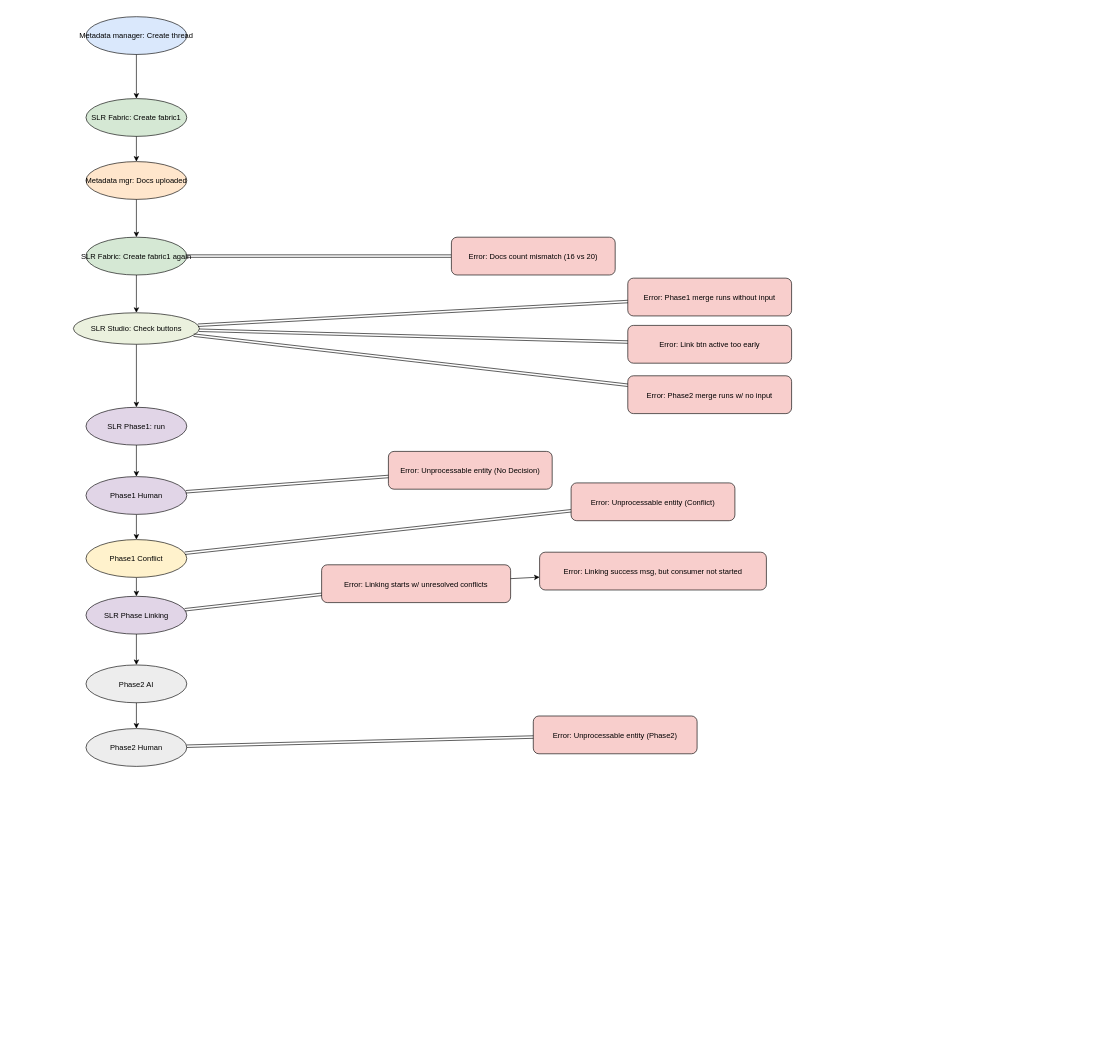
This is page "SLR Flow Errors" (1 of 2) of SLR Errors.drawio from Ruhi-wq/Diagrams, a draw.io file, before an edit. Source tidied: cells renumbered, new cells numbered last; positions are measured from the earlier drawing's top-left corner, leaving out a move shared by most shapes. Both pictures are drawn from the tidied source at 63%, with x=0, y=0 at pixel (73, 16).
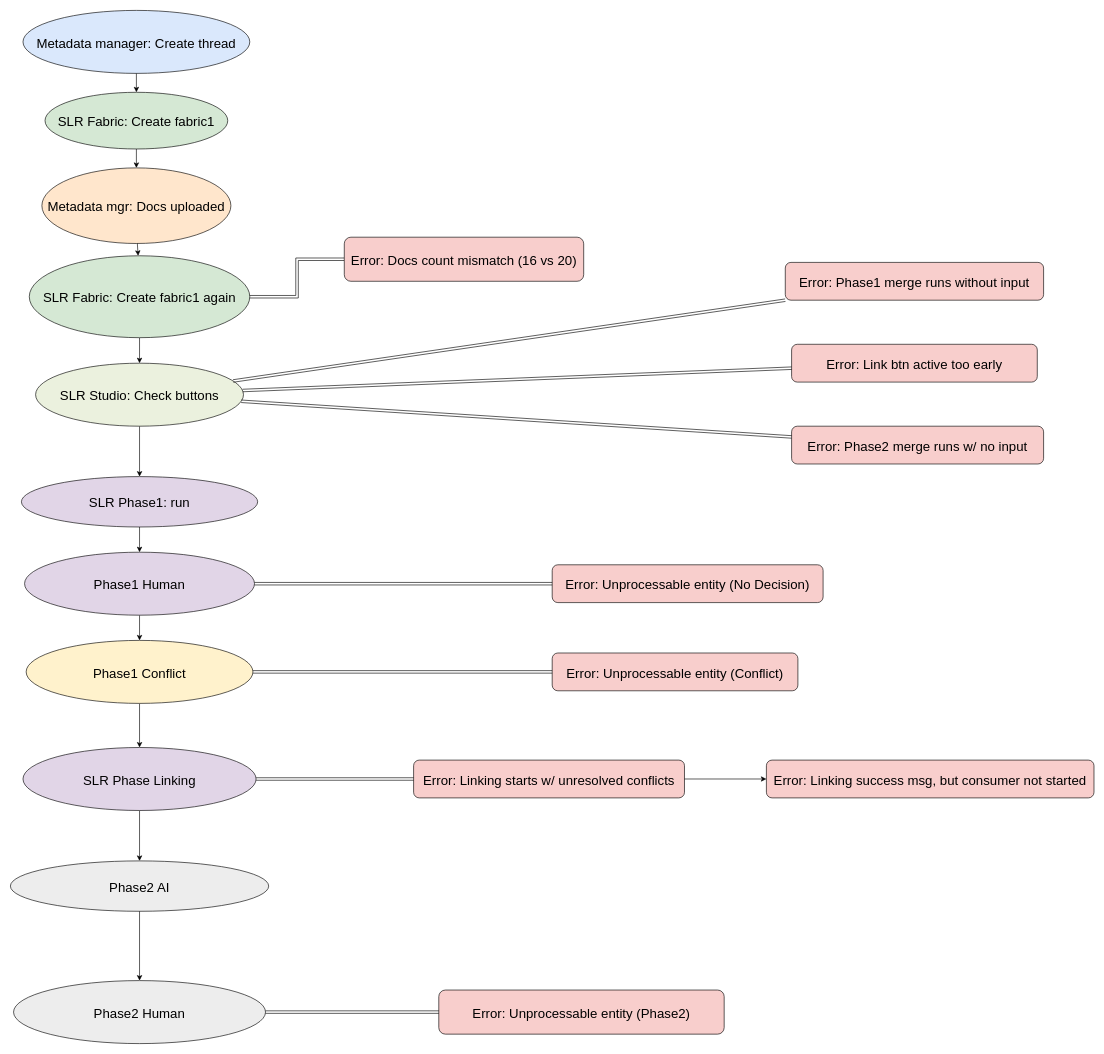
After the change.

Diff of the diagram source:
```diff
@@
-    <mxCell id="2" value="Metadata manager: Create thread" style="ellipse;fillColor=#DAE8FC;" parent="1" vertex="1">
-      <mxGeometry x="20" width="160" height="60" as="geometry" />
+    <mxCell id="2" value="Metadata manager: Create thread" style="ellipse;fillColor=#DAE8FC;fontSize=21;" parent="1" vertex="1">
+      <mxGeometry x="-80" y="-10" width="360" height="100" as="geometry" />
     </mxCell>
-    <mxCell id="3" value="SLR Fabric: Create fabric1" style="ellipse;fillColor=#D5E8D4;" parent="1" vertex="1">
-      <mxGeometry x="20" y="130" width="160" height="60" as="geometry" />
+    <mxCell id="3" value="SLR Fabric: Create fabric1" style="ellipse;fillColor=#D5E8D4;fontSize=21;" parent="1" vertex="1">
+      <mxGeometry x="-45" y="120" width="290" height="90" as="geometry" />
     </mxCell>
-    <mxCell id="4" value="Metadata mgr: Docs uploaded" style="ellipse;fillColor=#FFE6CC;" parent="1" vertex="1">
-      <mxGeometry x="20" y="230" width="160" height="60" as="geometry" />
+    <mxCell id="4" value="Metadata mgr: Docs uploaded" style="ellipse;fillColor=#FFE6CC;fontSize=21;" parent="1" vertex="1">
+      <mxGeometry x="-50" y="240" width="300" height="120" as="geometry" />
     </mxCell>
-    <mxCell id="5" style="edgeStyle=orthogonalEdgeStyle;rounded=0;jettySize=auto;html=1;" parent="1" edge="1" source="6" target="10">
+    <mxCell id="5" style="edgeStyle=orthogonalEdgeStyle;rounded=0;jettySize=auto;html=1;fontSize=21;" parent="1" edge="1" source="6" target="10">
       <mxGeometry relative="1" as="geometry" />
     </mxCell>
-    <mxCell id="6" value="SLR Fabric: Create fabric1 again" style="ellipse;fillColor=#D5E8D4;" parent="1" vertex="1">
-      <mxGeometry x="20" y="350" width="160" height="60" as="geometry" />
+    <mxCell id="6" value="SLR Fabric: Create fabric1 again" style="ellipse;fillColor=#D5E8D4;fontSize=21;" parent="1" vertex="1">
+      <mxGeometry x="-70" y="379.5" width="350" height="130" as="geometry" />
     </mxCell>
@@
-    <mxCell id="8" value="Error: Docs count mismatch (16 vs 20)" style="rounded=1;fillColor=#F8CECC;" parent="1" vertex="1">
-      <mxGeometry x="600" y="350" width="260" height="60" as="geometry" />
+    <mxCell id="8" value="Error: Docs count mismatch (16 vs 20)" style="rounded=1;fillColor=#F8CECC;fontSize=21;" parent="1" vertex="1">
+      <mxGeometry x="430" y="350" width="380" height="70" as="geometry" />
     </mxCell>
@@
-    <mxCell id="10" value="SLR Studio: Check buttons" style="ellipse;fillColor=#EBF1DE;" parent="1" vertex="1">
-      <mxGeometry y="470" width="200" height="50" as="geometry" />
+    <mxCell id="10" value="SLR Studio: Check buttons" style="ellipse;fillColor=#EBF1DE;fontSize=21;" parent="1" vertex="1">
+      <mxGeometry x="-60" y="550" width="330" height="100" as="geometry" />
     </mxCell>
-    <mxCell id="11" value="Error: Phase1 merge runs without input" style="rounded=1;fillColor=#F8CECC;" parent="1" vertex="1">
-      <mxGeometry x="880" y="415" width="260" height="60" as="geometry" />
+    <mxCell id="11" value="Error: Phase1 merge runs without input" style="rounded=1;fillColor=#F8CECC;fontSize=21;" parent="1" vertex="1">
+      <mxGeometry x="1130" y="390" width="410" height="60" as="geometry" />
     </mxCell>
-    <mxCell id="12" value="Error: Link btn active too early" style="rounded=1;fillColor=#F8CECC;" parent="1" vertex="1">
-      <mxGeometry x="880" y="490" width="260" height="60" as="geometry" />
+    <mxCell id="12" value="Error: Link btn active too early" style="rounded=1;fillColor=#F8CECC;fontSize=21;" parent="1" vertex="1">
+      <mxGeometry x="1140" y="520" width="390" height="60" as="geometry" />
     </mxCell>
-    <mxCell id="13" value="Error: Phase2 merge runs w/ no input" style="rounded=1;fillColor=#F8CECC;" parent="1" vertex="1">
-      <mxGeometry x="880" y="570" width="260" height="60" as="geometry" />
+    <mxCell id="13" value="Error: Phase2 merge runs w/ no input" style="rounded=1;fillColor=#F8CECC;fontSize=21;" parent="1" vertex="1">
+      <mxGeometry x="1140" y="650" width="400" height="60" as="geometry" />
     </mxCell>
-    <mxCell id="14" value="SLR Phase1: run" style="ellipse;fillColor=#E1D5E7;" parent="1" vertex="1">
-      <mxGeometry x="20" y="620" width="160" height="60" as="geometry" />
+    <mxCell id="14" value="SLR Phase1: run" style="ellipse;fillColor=#E1D5E7;fontSize=21;" parent="1" vertex="1">
+      <mxGeometry x="-82.5" y="730" width="375" height="80" as="geometry" />
     </mxCell>
@@
-    <mxCell id="16" value="Phase1 Human" style="ellipse;fillColor=#E1D5E7;" parent="1" vertex="1">
-      <mxGeometry x="20" y="730" width="160" height="60" as="geometry" />
+    <mxCell id="16" value="Phase1 Human" style="ellipse;fillColor=#E1D5E7;fontSize=21;" parent="1" vertex="1">
+      <mxGeometry x="-77.5" y="850" width="365" height="100" as="geometry" />
     </mxCell>
-    <mxCell id="17" value="Error: Unprocessable entity (No Decision)" style="rounded=1;fillColor=#F8CECC;" parent="1" vertex="1">
-      <mxGeometry x="500" y="690" width="260" height="60" as="geometry" />
+    <mxCell id="17" value="Error: Unprocessable entity (No Decision)" style="rounded=1;fillColor=#F8CECC;fontSize=21;" parent="1" vertex="1">
+      <mxGeometry x="760" y="870" width="430" height="60" as="geometry" />
     </mxCell>
@@
-    <mxCell id="19" value="Phase1 Conflict" style="ellipse;fillColor=#FFF2CC;" parent="1" vertex="1">
-      <mxGeometry x="20" y="830" width="160" height="60" as="geometry" />
+    <mxCell id="19" value="Phase1 Conflict" style="ellipse;fillColor=#FFF2CC;fontSize=21;" parent="1" vertex="1">
+      <mxGeometry x="-75" y="990" width="360" height="100" as="geometry" />
     </mxCell>
-    <mxCell id="20" value="Error: Unprocessable entity (Conflict)" style="rounded=1;fillColor=#F8CECC;" parent="1" vertex="1">
-      <mxGeometry x="790" y="740" width="260" height="60" as="geometry" />
+    <mxCell id="20" value="Error: Unprocessable entity (Conflict)" style="rounded=1;fillColor=#F8CECC;fontSize=21;" parent="1" vertex="1">
+      <mxGeometry x="760" y="1010" width="390" height="60" as="geometry" />
     </mxCell>
@@
-    <mxCell id="22" value="SLR Phase Linking" style="ellipse;fillColor=#E1D5E7;" parent="1" vertex="1">
-      <mxGeometry x="20" y="920" width="160" height="60" as="geometry" />
+    <mxCell id="22" value="SLR Phase Linking" style="ellipse;fillColor=#E1D5E7;fontSize=21;" parent="1" vertex="1">
+      <mxGeometry x="-80" y="1160" width="370" height="100" as="geometry" />
     </mxCell>
-    <mxCell id="23" value="Error: Linking starts w/ unresolved conflicts" style="rounded=1;fillColor=#F8CECC;" parent="1" vertex="1">
-      <mxGeometry x="394" y="870" width="300" height="60" as="geometry" />
+    <mxCell id="23" value="Error: Linking starts w/ unresolved conflicts" style="rounded=1;fillColor=#F8CECC;fontSize=21;" parent="1" vertex="1">
+      <mxGeometry x="540" y="1180" width="430" height="60" as="geometry" />
     </mxCell>
-    <mxCell id="24" value="Error: Linking success msg, but consumer not started" style="rounded=1;fillColor=#F8CECC;" parent="1" vertex="1">
-      <mxGeometry x="740" y="850" width="360" height="60" as="geometry" />
+    <mxCell id="24" value="Error: Linking success msg, but consumer not started" style="rounded=1;fillColor=#F8CECC;fontSize=21;" parent="1" vertex="1">
+      <mxGeometry x="1100" y="1180" width="520" height="60" as="geometry" />
     </mxCell>
-    <mxCell id="25" value="Phase2 AI" style="ellipse;fillColor=#EDEDED;" parent="1" vertex="1">
-      <mxGeometry x="20" y="1029" width="160" height="60" as="geometry" />
+    <mxCell id="25" value="Phase2 AI" style="ellipse;fillColor=#EDEDED;fontSize=21;" parent="1" vertex="1">
+      <mxGeometry x="-100" y="1340" width="410" height="80" as="geometry" />
     </mxCell>
-    <mxCell id="26" value="Phase2 Human" style="ellipse;fillColor=#EDEDED;" parent="1" vertex="1">
-      <mxGeometry x="20" y="1130" width="160" height="60" as="geometry" />
+    <mxCell id="26" value="Phase2 Human" style="ellipse;fillColor=#EDEDED;fontSize=21;" parent="1" vertex="1">
+      <mxGeometry x="-95" y="1530" width="400" height="100" as="geometry" />
     </mxCell>
-    <mxCell id="27" value="Error: Unprocessable entity (Phase2)" style="rounded=1;fillColor=#F8CECC;" parent="1" vertex="1">
-      <mxGeometry x="730" y="1110" width="260" height="60" as="geometry" />
+    <mxCell id="27" value="Error: Unprocessable entity (Phase2)" style="rounded=1;fillColor=#F8CECC;fontSize=21;" parent="1" vertex="1">
+      <mxGeometry x="580" y="1545" width="453" height="70" as="geometry" />
     </mxCell>
```
